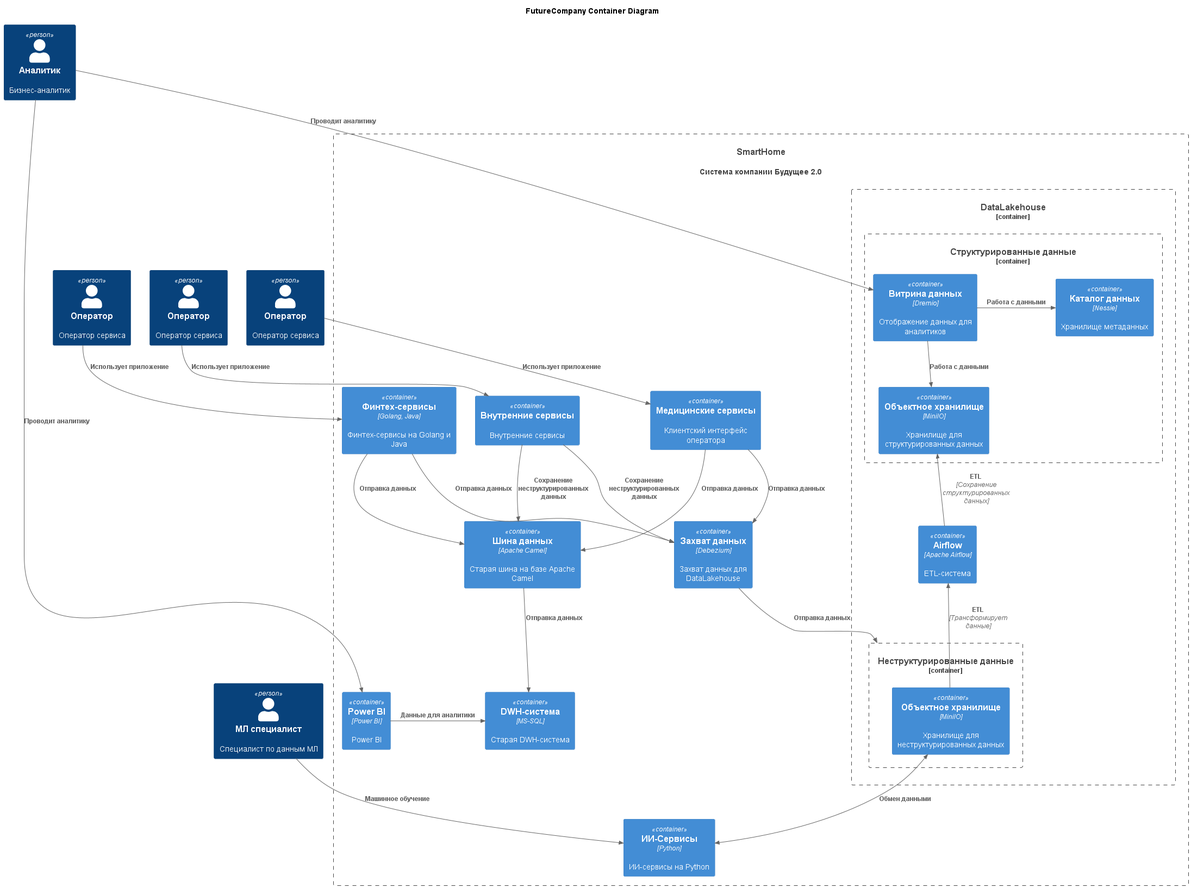
This is Task1/container_diagram.png from noisegrind3r/architecture-sprint-11, a PlantUML export, as it was before one commit. Its diagram source:
```plantuml
@startuml
title FutureCompany Container Diagram

top to bottom direction

!includeurl https://raw.githubusercontent.com/RicardoNiepel/C4-PlantUML/master/C4_Component.puml

Person(medic, "Оператор", "Оператор сервиса")
Person(finance, "Оператор", "Оператор сервиса")
Person(user, "Оператор", "Оператор сервиса")

Person(ai_spec, "МЛ специалист", "Специалист по данным МЛ")
Person(analytic, "Аналитик", "Бизнес-аналитик")

System(FutureCompanySystem, "SmartHome", "Система компании Будущее 2.0")

Container_Boundary(FutureCompanySystem, "Система компании Будущее 2.0") {

  Container(MedicalService, "Медицинские сервисы", "", "Клиентский интерфейс оператора")
  Container(FintechService, "Финтех-сервисы", "Golang, Java", "Финтех-сервисы на Golang и Java")
  Container(InnerService, "Внутренние сервисы", "", "Внутренние сервисы")

  Container(DataBus, "Шина данных", "Apache Camel", "Старая шина на базе Apache Camel")
  Container(Debezium, "Захват данных", "Debezium", "Захват данных для DataLakehouse")

  Container_Boundary(DataLakehouse, "DataLakehouse") {

    Container_Boundary(UnstructureData, "Неструктурированные данные") {

      Container(MiniIoUnstruct, "Объектное хранилище", "MiniIO", "Хранилище для неструктурированных данных")
    }

    Container(Airflow, "Airflow", "Apache Airflow", "ETL-система")

    Container_Boundary(StructureData, "Структурированные данные") {
      Container(Dremio, "Витрина данных", "Dremio", "Отображение данных для аналитиков")

      Container(Nessie, "Каталог данных", "Nessie", "Хранилище метаданных")
      Container(MiniIoStruct, "Объектное хранилище", "MiniIO", "Хранилище для структурированных данных")
    }
  }
  Container(DWH, "DWH-система", "MS-SQL", "Старая DWH-система")
  Container(PowerBI, "Power BI", "Power BI", "Power BI")
  Container(AIService, "ИИ-Сервисы", "Python", "ИИ-сервисы на Python")
}

Rel_D(medic, MedicalService, "Использует приложение")
Rel_D(finance, FintechService, "Использует приложение")
Rel_D(user, InnerService, "Использует приложение")

Rel_D(ai_spec, AIService, "Машинное обучение")
Rel_D(analytic, PowerBI, "Проводит аналитику")

Rel_D(analytic, Dremio, "Проводит аналитику")

Rel_D(MedicalService, DataBus, "Отправка данных")
Rel_D(FintechService, DataBus, "Отправка данных")
Rel_D(InnerService, DataBus, "Сохранение неструктурированных данных")

Rel_D(MedicalService, Debezium, "Отправка данных")
Rel_D(FintechService, Debezium, "Отправка данных")
Rel_D(InnerService, Debezium, "Сохранение неструктурированных данных")

Rel_D(DataBus, DWH, "Отправка данных")
Rel_D(Debezium, UnstructureData, "Отправка данных")

Rel_U(MiniIoUnstruct, Airflow, "ETL","Трансформирует данные")
Rel_U(Airflow, MiniIoStruct, "ETL","Сохранение структурированных данных")

Rel_Neighbor(Dremio, Nessie, "Работа с данными")
Rel_D(Dremio, MiniIoStruct, "Работа с данными")

BiRel_U(AIService, MiniIoUnstruct, "Обмен данными")
Rel_L(PowerBI, DWH, "Данные для аналитики")

@enduml
```
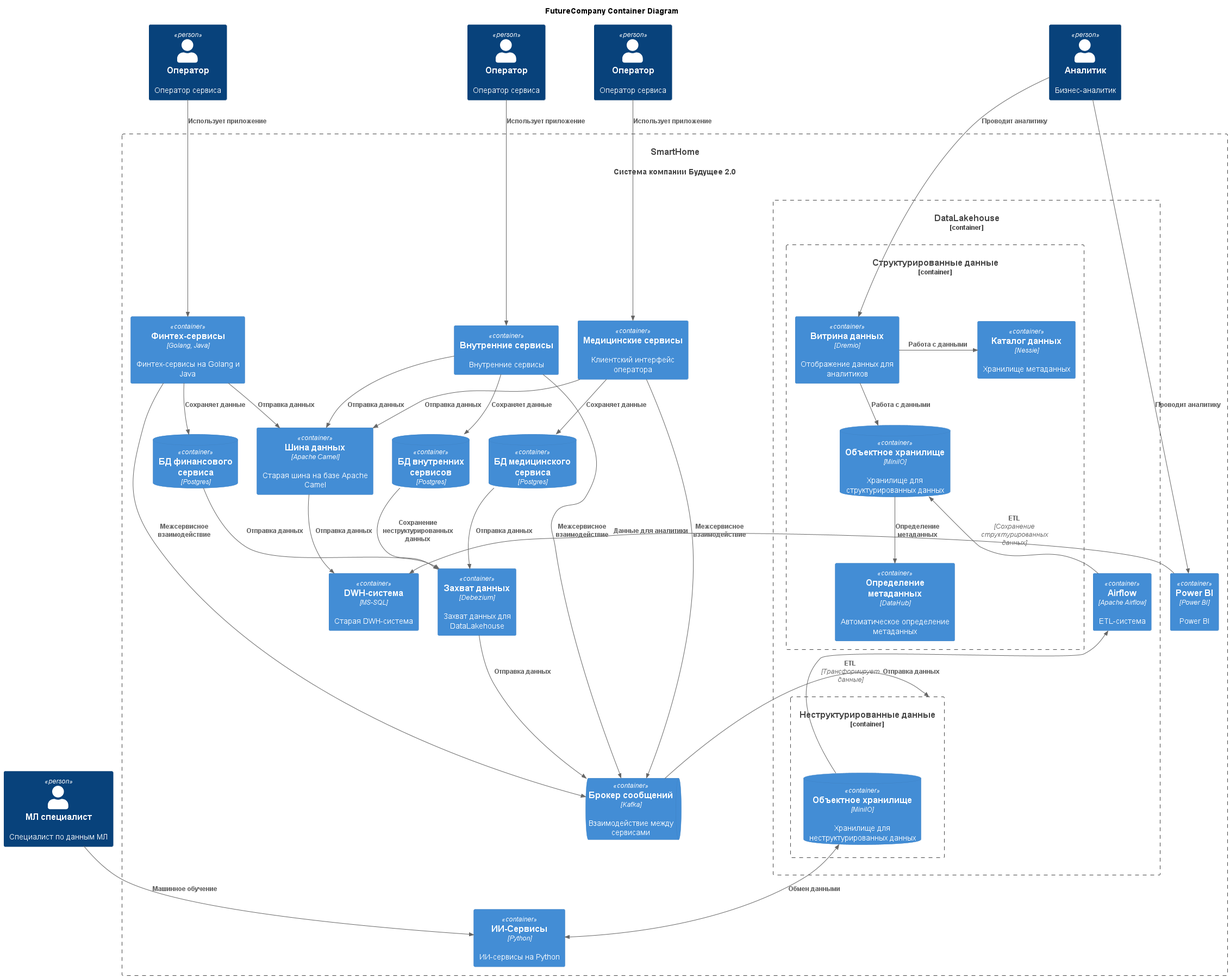
After the change.

What changed in the source:
```diff
@@ -20,6 +20,10 @@
   Container(FintechService, "Финтех-сервисы", "Golang, Java", "Финтех-сервисы на Golang и Java")
   Container(InnerService, "Внутренние сервисы", "", "Внутренние сервисы")
 
+  ContainerDb(MedicalServiceDb, "БД медицинского сервиса", "Postgres")
+  ContainerDb(FintechServiceDb, "БД финансового сервиса", "Postgres")
+  ContainerDb(InnerServiceDb, "БД внутренних сервисов", "Postgres")
+
   Container(DataBus, "Шина данных", "Apache Camel", "Старая шина на базе Apache Camel")
   Container(Debezium, "Захват данных", "Debezium", "Захват данных для DataLakehouse")
 
@@ -27,7 +31,7 @@
 
     Container_Boundary(UnstructureData, "Неструктурированные данные") {
 
-      Container(MiniIoUnstruct, "Объектное хранилище", "MiniIO", "Хранилище для неструктурированных данных")
+      ContainerDb(MiniIoUnstruct, "Объектное хранилище", "MiniIO", "Хранилище для неструктурированных данных")
     }
 
     Container(Airflow, "Airflow", "Apache Airflow", "ETL-система")
@@ -36,17 +40,25 @@
       Container(Dremio, "Витрина данных", "Dremio", "Отображение данных для аналитиков")
 
       Container(Nessie, "Каталог данных", "Nessie", "Хранилище метаданных")
-      Container(MiniIoStruct, "Объектное хранилище", "MiniIO", "Хранилище для структурированных данных")
+      ContainerDb(MiniIoStruct, "Объектное хранилище", "MiniIO", "Хранилище для структурированных данных")
+
+      Container(DataHub, "Определение метаданных", "DataHub", "Автоматическое определение метаданных")
+
     }
   }
   Container(DWH, "DWH-система", "MS-SQL", "Старая DWH-система")
   Container(PowerBI, "Power BI", "Power BI", "Power BI")
   Container(AIService, "ИИ-Сервисы", "Python", "ИИ-сервисы на Python")
+  ContainerQueue(Kafka, "Брокер сообщений", "Kafka", "Взаимодействие между сервисами")
 }
 
 Rel_D(medic, MedicalService, "Использует приложение")
 Rel_D(finance, FintechService, "Использует приложение")
 Rel_D(user, InnerService, "Использует приложение")
+
+Rel_D(MedicalService, MedicalServiceDb, "Сохраняет данные")
+Rel_D(FintechService, FintechServiceDb, "Сохраняет данные")
+Rel_D(InnerService, InnerServiceDb, "Сохраняет данные")
 
 Rel_D(ai_spec, AIService, "Машинное обучение")
 Rel_D(analytic, PowerBI, "Проводит аналитику")
@@ -55,14 +67,20 @@
 
 Rel_D(MedicalService, DataBus, "Отправка данных")
 Rel_D(FintechService, DataBus, "Отправка данных")
-Rel_D(InnerService, DataBus, "Сохранение неструктурированных данных")
+Rel_D(InnerService, DataBus, "Отправка данных")
 
-Rel_D(MedicalService, Debezium, "Отправка данных")
-Rel_D(FintechService, Debezium, "Отправка данных")
-Rel_D(InnerService, Debezium, "Сохранение неструктурированных данных")
+Rel_D(MedicalService, Kafka, "Межсервисное взаимодействие")
+Rel_D(FintechService, Kafka, "Межсервисное взаимодействие")
+Rel_D(InnerService, Kafka, "Межсервисное взаимодействие")
+
+
+Rel_D(MedicalServiceDb, Debezium, "Отправка данных")
+Rel_D(FintechServiceDb, Debezium, "Отправка данных")
+Rel_D(InnerServiceDb, Debezium, "Сохранение неструктурированных данных")
 
 Rel_D(DataBus, DWH, "Отправка данных")
-Rel_D(Debezium, UnstructureData, "Отправка данных")
+Rel_D(Debezium, Kafka, "Отправка данных")
+Rel_R(Kafka, UnstructureData, "Отправка данных")
 
 Rel_U(MiniIoUnstruct, Airflow, "ETL","Трансформирует данные")
 Rel_U(Airflow, MiniIoStruct, "ETL","Сохранение структурированных данных")
@@ -70,6 +88,8 @@
 Rel_Neighbor(Dremio, Nessie, "Работа с данными")
 Rel_D(Dremio, MiniIoStruct, "Работа с данными")
 
+Rel_D(MiniIoStruct, DataHub, "Определение метаданных")
+
 BiRel_U(AIService, MiniIoUnstruct, "Обмен данными")
 Rel_L(PowerBI, DWH, "Данные для аналитики")
 
```
